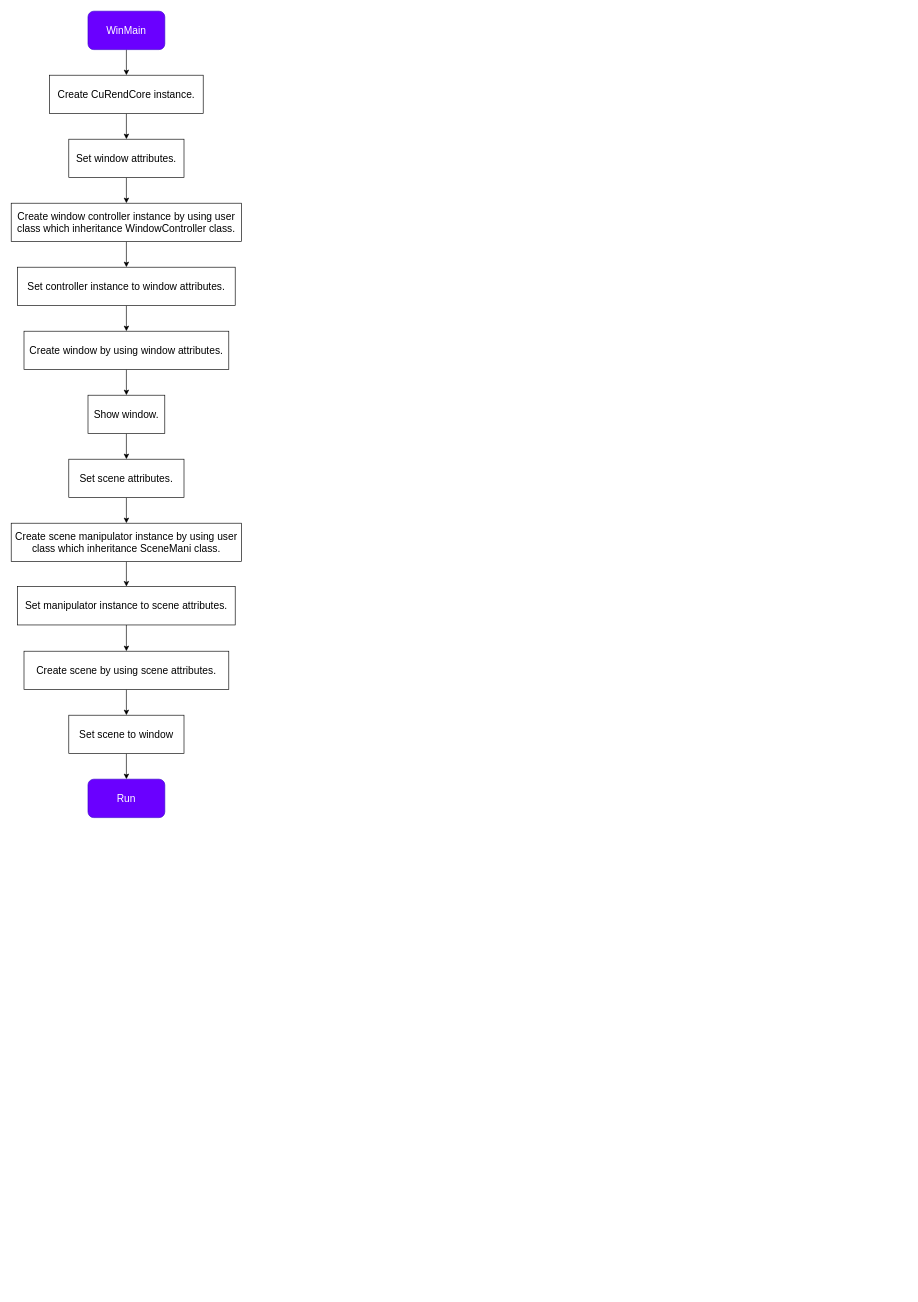
The draw.io diagram docs/design/diagrams/system_flowchart/system_flowchart.drawio in Tanso-mct/CuRendCore, before the edit. Source tidied: cells renumbered, new cells numbered last; positions are measured from the earlier drawing's top-left corner, leaving out a move shared by most shapes. Both pictures are drawn from the tidied source at 64%, with x=0, y=0 at pixel (11, 11).
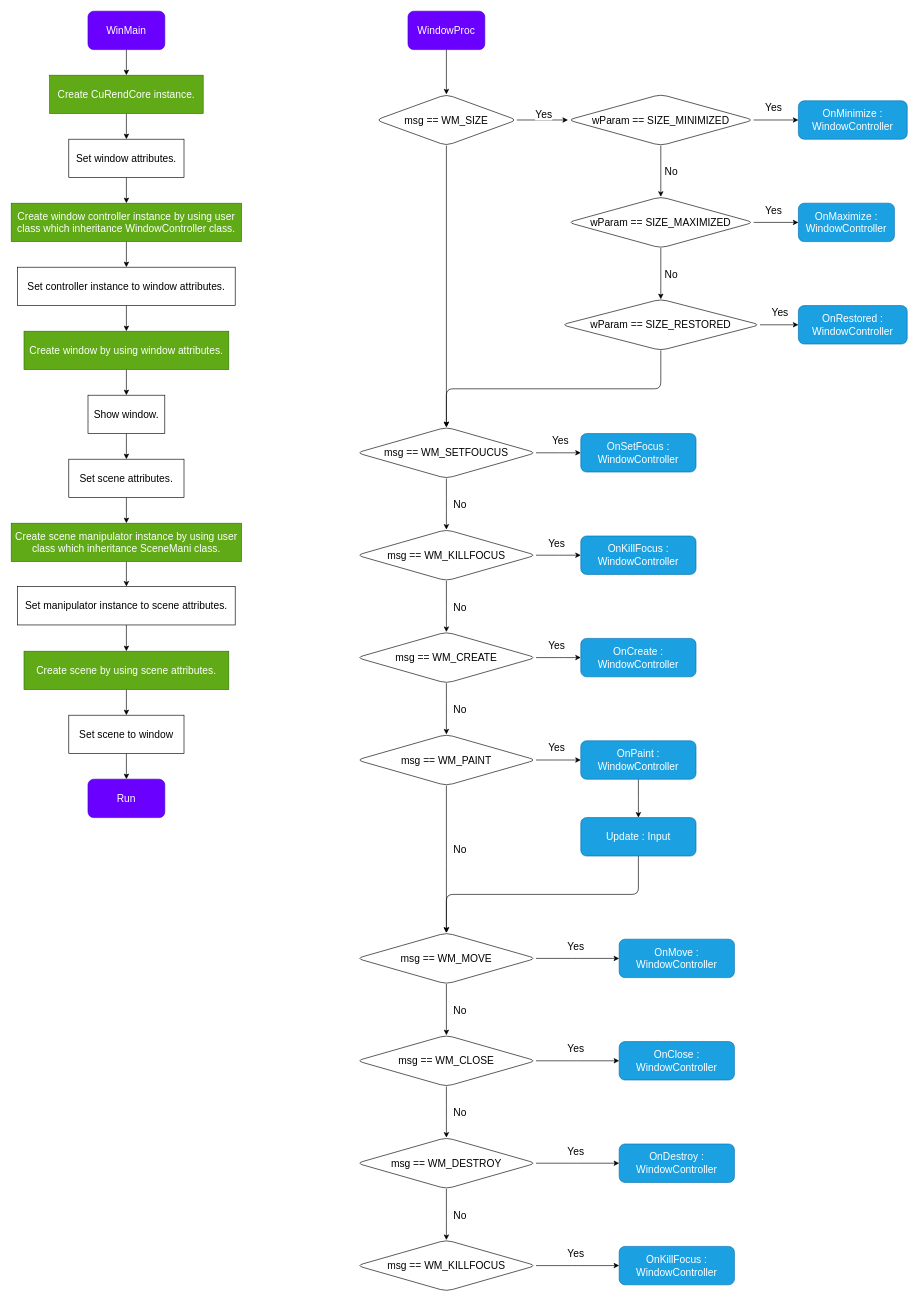
The same page after the edit.

Commit message (it also covers changes not shown here):
[CONTINUE]SystemFlowchart is being added.

What changed in the source:
```diff
@@
-    <mxCell id="5" value="Create CuRendCore instance." style="rounded=0;whiteSpace=wrap;html=1;fontSize=16;" parent="1" vertex="1">
+    <mxCell id="5" value="Create CuRendCore instance." style="rounded=0;whiteSpace=wrap;html=1;fontSize=16;fillColor=#60a917;fontColor=#ffffff;strokeColor=#2D7600;" parent="1" vertex="1">
       <mxGeometry x="60" y="100" width="240" height="60" as="geometry" />
     </mxCell>
@@
-    <mxCell id="9" value="Create window controller instance by using user class which inheritance WindowController class." style="rounded=0;whiteSpace=wrap;html=1;fontSize=16;" parent="1" vertex="1">
+    <mxCell id="9" value="Create window controller instance by using user class which inheritance WindowController class." style="rounded=0;whiteSpace=wrap;html=1;fontSize=16;fillColor=#60a917;fontColor=#ffffff;strokeColor=#2D7600;" parent="1" vertex="1">
       <mxGeometry y="300" width="360" height="60" as="geometry" />
     </mxCell>
@@
-    <mxCell id="13" value="Create window by using window attributes." style="rounded=0;whiteSpace=wrap;html=1;fontSize=16;" parent="1" vertex="1">
+    <mxCell id="13" value="Create window by using window attributes." style="rounded=0;whiteSpace=wrap;html=1;fontSize=16;fillColor=#60a917;fontColor=#ffffff;strokeColor=#2D7600;" parent="1" vertex="1">
       <mxGeometry x="20" y="500" width="320" height="60" as="geometry" />
     </mxCell>
@@
-    <mxCell id="19" value="Create scene manipulator instance by using user class which inheritance SceneMani class." style="rounded=0;whiteSpace=wrap;html=1;fontSize=16;" parent="1" vertex="1">
+    <mxCell id="19" value="Create scene manipulator instance by using user class which inheritance SceneMani class." style="rounded=0;whiteSpace=wrap;html=1;fontSize=16;fillColor=#60a917;fontColor=#ffffff;strokeColor=#2D7600;" parent="1" vertex="1">
       <mxGeometry y="800" width="360" height="60" as="geometry" />
     </mxCell>
@@
-    <mxCell id="23" value="Create scene by using scene attributes." style="rounded=0;whiteSpace=wrap;html=1;fontSize=16;" parent="1" vertex="1">
+    <mxCell id="23" value="Create scene by using scene attributes." style="rounded=0;whiteSpace=wrap;html=1;fontSize=16;fillColor=#60a917;fontColor=#ffffff;strokeColor=#2D7600;" parent="1" vertex="1">
       <mxGeometry x="20" y="1000" width="320" height="60" as="geometry" />
     </mxCell>
@@
+    <mxCell id="27" style="edgeStyle=none;html=1;" parent="1" edge="1" source="28" target="32">
+      <mxGeometry relative="1" as="geometry" />
+    </mxCell>
+    <mxCell id="28" value="WindowProc" style="rounded=1;whiteSpace=wrap;html=1;fontSize=16;fillColor=#6a00ff;fontColor=#ffffff;strokeColor=#3700CC;" parent="1" vertex="1">
+      <mxGeometry x="620" width="120" height="60" as="geometry" />
+    </mxCell>
+    <mxCell id="29" style="edgeStyle=none;html=1;fontSize=16;" parent="1" edge="1" source="32" target="37">
+      <mxGeometry relative="1" as="geometry" />
+    </mxCell>
+    <mxCell id="30" value="Yes" style="edgeLabel;html=1;align=center;verticalAlign=middle;fontSize=16;" parent="29" vertex="1">
+      <mxGeometry x="-0.19" relative="1" as="geometry">
+        <mxPoint x="9" y="-10" as="offset" />
+      </mxGeometry>
+    </mxCell>
+    <mxCell id="31" style="edgeStyle=none;html=1;fontSize=16;" parent="1" edge="1" source="32" target="54">
+      <mxGeometry relative="1" as="geometry" />
+    </mxCell>
+    <mxCell id="32" value="msg == WM_SIZE" style="rhombus;whiteSpace=wrap;html=1;fontSize=16;rounded=1;" parent="1" vertex="1">
+      <mxGeometry x="570" y="130" width="220" height="80" as="geometry" />
+    </mxCell>
+    <mxCell id="33" style="edgeStyle=none;html=1;fontSize=16;" parent="1" edge="1" source="37" target="38">
+      <mxGeometry relative="1" as="geometry" />
+    </mxCell>
+    <mxCell id="34" value="Yes" style="edgeLabel;html=1;align=center;verticalAlign=middle;fontSize=16;" parent="33" vertex="1">
+      <mxGeometry x="0.52" y="2" relative="1" as="geometry">
+        <mxPoint x="-23" y="-18" as="offset" />
+      </mxGeometry>
+    </mxCell>
+    <mxCell id="35" style="edgeStyle=none;html=1;fontSize=16;" parent="1" edge="1" source="37" target="43">
+      <mxGeometry relative="1" as="geometry" />
+    </mxCell>
+    <mxCell id="36" value="No" style="edgeLabel;html=1;align=center;verticalAlign=middle;fontSize=16;" parent="35" vertex="1">
+      <mxGeometry x="-0.45" y="3" relative="1" as="geometry">
+        <mxPoint x="12" y="18" as="offset" />
+      </mxGeometry>
+    </mxCell>
+    <mxCell id="37" value="wParam == SIZE_MINIMIZED" style="rhombus;whiteSpace=wrap;html=1;fontSize=16;rounded=1;" parent="1" vertex="1">
+      <mxGeometry x="870" y="130" width="290" height="80" as="geometry" />
+    </mxCell>
+    <mxCell id="38" value="OnMinimize : WindowController" style="whiteSpace=wrap;html=1;fontSize=16;rounded=1;fillColor=#1ba1e2;fontColor=#ffffff;strokeColor=#006EAF;" parent="1" vertex="1">
+      <mxGeometry x="1230" y="140" width="170" height="60" as="geometry" />
+    </mxCell>
+    <mxCell id="39" style="edgeStyle=none;html=1;fontSize=16;" parent="1" edge="1" source="43" target="44">
+      <mxGeometry relative="1" as="geometry" />
+    </mxCell>
+    <mxCell id="40" value="Yes" style="edgeLabel;html=1;align=center;verticalAlign=middle;fontSize=16;" parent="39" vertex="1">
+      <mxGeometry x="0.29" y="-2" relative="1" as="geometry">
+        <mxPoint x="-15" y="-22" as="offset" />
+      </mxGeometry>
+    </mxCell>
+    <mxCell id="41" style="edgeStyle=none;html=1;fontSize=16;" parent="1" edge="1" source="43" target="48">
+      <mxGeometry relative="1" as="geometry" />
+    </mxCell>
+    <mxCell id="42" value="No" style="edgeLabel;html=1;align=center;verticalAlign=middle;fontSize=16;" parent="41" vertex="1">
+      <mxGeometry x="-0.5" relative="1" as="geometry">
+        <mxPoint x="15" y="20" as="offset" />
+      </mxGeometry>
+    </mxCell>
+    <mxCell id="43" value="wParam == SIZE_MAXIMIZED" style="rhombus;whiteSpace=wrap;html=1;fontSize=16;rounded=1;" parent="1" vertex="1">
+      <mxGeometry x="870" y="290" width="290" height="80" as="geometry" />
+    </mxCell>
+    <mxCell id="44" value="OnMaximize : WindowController" style="whiteSpace=wrap;html=1;fontSize=16;rounded=1;fillColor=#1ba1e2;fontColor=#ffffff;strokeColor=#006EAF;" parent="1" vertex="1">
+      <mxGeometry x="1230" y="300" width="150" height="60" as="geometry" />
+    </mxCell>
+    <mxCell id="45" style="edgeStyle=none;html=1;fontSize=16;" parent="1" edge="1" source="48" target="49">
+      <mxGeometry relative="1" as="geometry" />
+    </mxCell>
+    <mxCell id="46" value="Yes" style="edgeLabel;html=1;align=center;verticalAlign=middle;fontSize=16;" parent="45" vertex="1">
+      <mxGeometry x="0.44" y="1" relative="1" as="geometry">
+        <mxPoint x="-13" y="-19" as="offset" />
+      </mxGeometry>
+    </mxCell>
+    <mxCell id="47" style="edgeStyle=elbowEdgeStyle;html=1;fontSize=16;elbow=vertical;" parent="1" edge="1" source="48" target="54">
+      <mxGeometry relative="1" as="geometry" />
+    </mxCell>
+    <mxCell id="48" value="wParam == SIZE_RESTORED" style="rhombus;whiteSpace=wrap;html=1;fontSize=16;rounded=1;" parent="1" vertex="1">
+      <mxGeometry x="860" y="450" width="310" height="80" as="geometry" />
+    </mxCell>
+    <mxCell id="49" value="OnRestored : WindowController" style="whiteSpace=wrap;html=1;fontSize=16;rounded=1;fillColor=#1ba1e2;fontColor=#ffffff;strokeColor=#006EAF;" parent="1" vertex="1">
+      <mxGeometry x="1230" y="460" width="170" height="60" as="geometry" />
+    </mxCell>
+    <mxCell id="50" style="edgeStyle=elbowEdgeStyle;elbow=vertical;html=1;fontSize=16;" parent="1" edge="1" source="54" target="55">
+      <mxGeometry relative="1" as="geometry" />
+    </mxCell>
+    <mxCell id="51" value="Yes" style="edgeLabel;html=1;align=center;verticalAlign=middle;fontSize=16;" parent="50" vertex="1">
+      <mxGeometry x="0.28" y="1" relative="1" as="geometry">
+        <mxPoint x="-8" y="-19" as="offset" />
+      </mxGeometry>
+    </mxCell>
+    <mxCell id="52" style="edgeStyle=elbowEdgeStyle;elbow=vertical;html=1;fontSize=16;" parent="1" edge="1" source="54" target="58">
+      <mxGeometry relative="1" as="geometry" />
+    </mxCell>
+    <mxCell id="53" value="No" style="edgeLabel;html=1;align=center;verticalAlign=middle;fontSize=16;" parent="52" vertex="1">
+      <mxGeometry x="-0.22" y="3" relative="1" as="geometry">
+        <mxPoint x="17" y="9" as="offset" />
+      </mxGeometry>
+    </mxCell>
+    <mxCell id="54" value="msg == WM_SETFOUCUS" style="rhombus;whiteSpace=wrap;html=1;fontSize=16;rounded=1;" parent="1" vertex="1">
+      <mxGeometry x="540" y="650" width="280" height="80" as="geometry" />
+    </mxCell>
+    <mxCell id="55" value="OnSetFocus : WindowController" style="whiteSpace=wrap;html=1;fontSize=16;rounded=1;fillColor=#1ba1e2;fontColor=#ffffff;strokeColor=#006EAF;" parent="1" vertex="1">
+      <mxGeometry x="890" y="660" width="180" height="60" as="geometry" />
+    </mxCell>
+    <mxCell id="56" style="edgeStyle=elbowEdgeStyle;elbow=vertical;html=1;fontSize=16;" parent="1" edge="1" source="58" target="59">
+      <mxGeometry relative="1" as="geometry" />
+    </mxCell>
+    <mxCell id="57" value="Yes" style="edgeLabel;html=1;align=center;verticalAlign=middle;fontSize=16;" parent="56" vertex="1">
+      <mxGeometry x="0.49" y="3" relative="1" as="geometry">
+        <mxPoint x="-21" y="-17" as="offset" />
+      </mxGeometry>
+    </mxCell>
+    <mxCell id="58" value="msg == WM_KILLFOCUS" style="rhombus;whiteSpace=wrap;html=1;fontSize=16;rounded=1;" parent="1" vertex="1">
+      <mxGeometry x="540" y="810" width="280" height="80" as="geometry" />
+    </mxCell>
+    <mxCell id="59" value="OnKillFocus : WindowController" style="whiteSpace=wrap;html=1;fontSize=16;rounded=1;fillColor=#1ba1e2;fontColor=#ffffff;strokeColor=#006EAF;" parent="1" vertex="1">
+      <mxGeometry x="890" y="820" width="180" height="60" as="geometry" />
+    </mxCell>
+    <mxCell id="60" style="edgeStyle=elbowEdgeStyle;elbow=vertical;html=1;fontSize=16;" parent="1" edge="1" target="64">
+      <mxGeometry relative="1" as="geometry">
+        <mxPoint x="680" y="890" as="sourcePoint" />
+      </mxGeometry>
+    </mxCell>
+    <mxCell id="61" value="No" style="edgeLabel;html=1;align=center;verticalAlign=middle;fontSize=16;" parent="60" vertex="1">
+      <mxGeometry x="-0.22" y="3" relative="1" as="geometry">
+        <mxPoint x="17" y="9" as="offset" />
+      </mxGeometry>
+    </mxCell>
+    <mxCell id="62" style="edgeStyle=elbowEdgeStyle;elbow=vertical;html=1;fontSize=16;" parent="1" edge="1" source="64" target="65">
+      <mxGeometry relative="1" as="geometry" />
+    </mxCell>
+    <mxCell id="63" value="Yes" style="edgeLabel;html=1;align=center;verticalAlign=middle;fontSize=16;" parent="62" vertex="1">
+      <mxGeometry x="0.49" y="3" relative="1" as="geometry">
+        <mxPoint x="-21" y="-17" as="offset" />
+      </mxGeometry>
+    </mxCell>
+    <mxCell id="64" value="msg == WM_CREATE" style="rhombus;whiteSpace=wrap;html=1;fontSize=16;rounded=1;" parent="1" vertex="1">
+      <mxGeometry x="540" y="970" width="280" height="80" as="geometry" />
+    </mxCell>
+    <mxCell id="65" value="OnCreate : WindowController" style="whiteSpace=wrap;html=1;fontSize=16;rounded=1;fillColor=#1ba1e2;fontColor=#ffffff;strokeColor=#006EAF;" parent="1" vertex="1">
+      <mxGeometry x="890" y="980" width="180" height="60" as="geometry" />
+    </mxCell>
+    <mxCell id="66" style="edgeStyle=elbowEdgeStyle;elbow=vertical;html=1;fontSize=16;" parent="1" edge="1" target="70">
+      <mxGeometry relative="1" as="geometry">
+        <mxPoint x="680" y="1050" as="sourcePoint" />
+      </mxGeometry>
+    </mxCell>
+    <mxCell id="67" value="No" style="edgeLabel;html=1;align=center;verticalAlign=middle;fontSize=16;" parent="66" vertex="1">
+      <mxGeometry x="-0.22" y="3" relative="1" as="geometry">
+        <mxPoint x="17" y="9" as="offset" />
+      </mxGeometry>
+    </mxCell>
+    <mxCell id="68" style="edgeStyle=elbowEdgeStyle;elbow=vertical;html=1;fontSize=16;" parent="1" edge="1" source="70" target="72">
+      <mxGeometry relative="1" as="geometry" />
+    </mxCell>
+    <mxCell id="69" value="Yes" style="edgeLabel;html=1;align=center;verticalAlign=middle;fontSize=16;" parent="68" vertex="1">
+      <mxGeometry x="0.49" y="3" relative="1" as="geometry">
+        <mxPoint x="-21" y="-17" as="offset" />
+      </mxGeometry>
+    </mxCell>
+    <mxCell id="70" value="msg == WM_PAINT" style="rhombus;whiteSpace=wrap;html=1;fontSize=16;rounded=1;" parent="1" vertex="1">
+      <mxGeometry x="540" y="1130" width="280" height="80" as="geometry" />
+    </mxCell>
+    <mxCell id="71" style="edgeStyle=elbowEdgeStyle;elbow=vertical;html=1;fontSize=16;" parent="1" edge="1" source="72" target="98">
+      <mxGeometry relative="1" as="geometry" />
+    </mxCell>
+    <mxCell id="72" value="OnPaint : WindowController" style="whiteSpace=wrap;html=1;fontSize=16;rounded=1;fillColor=#1ba1e2;fontColor=#ffffff;strokeColor=#006EAF;" parent="1" vertex="1">
+      <mxGeometry x="890" y="1140" width="180" height="60" as="geometry" />
+    </mxCell>
+    <mxCell id="73" style="edgeStyle=elbowEdgeStyle;elbow=vertical;html=1;fontSize=16;" parent="1" edge="1" target="77">
+      <mxGeometry relative="1" as="geometry">
+        <mxPoint x="680" y="1210" as="sourcePoint" />
+      </mxGeometry>
+    </mxCell>
+    <mxCell id="74" value="No" style="edgeLabel;html=1;align=center;verticalAlign=middle;fontSize=16;" parent="73" vertex="1">
+      <mxGeometry x="-0.22" y="3" relative="1" as="geometry">
+        <mxPoint x="17" y="9" as="offset" />
+      </mxGeometry>
+    </mxCell>
+    <mxCell id="75" style="edgeStyle=elbowEdgeStyle;elbow=vertical;html=1;fontSize=16;" parent="1" edge="1" source="77" target="78">
+      <mxGeometry relative="1" as="geometry" />
+    </mxCell>
+    <mxCell id="76" value="Yes" style="edgeLabel;html=1;align=center;verticalAlign=middle;fontSize=16;" parent="75" vertex="1">
+      <mxGeometry x="0.49" y="3" relative="1" as="geometry">
+        <mxPoint x="-36" y="-17" as="offset" />
+      </mxGeometry>
+    </mxCell>
+    <mxCell id="77" value="msg == WM_MOVE" style="rhombus;whiteSpace=wrap;html=1;fontSize=16;rounded=1;" parent="1" vertex="1">
+      <mxGeometry x="540" y="1440" width="280" height="80" as="geometry" />
+    </mxCell>
+    <mxCell id="78" value="OnMove : WindowController" style="whiteSpace=wrap;html=1;fontSize=16;rounded=1;fillColor=#1ba1e2;fontColor=#ffffff;strokeColor=#006EAF;" parent="1" vertex="1">
+      <mxGeometry x="950" y="1450" width="180" height="60" as="geometry" />
+    </mxCell>
+    <mxCell id="79" style="edgeStyle=elbowEdgeStyle;elbow=vertical;html=1;fontSize=16;" parent="1" edge="1" target="83">
+      <mxGeometry relative="1" as="geometry">
+        <mxPoint x="680" y="1520" as="sourcePoint" />
+      </mxGeometry>
+    </mxCell>
+    <mxCell id="80" value="No" style="edgeLabel;html=1;align=center;verticalAlign=middle;fontSize=16;" parent="79" vertex="1">
+      <mxGeometry x="-0.22" y="3" relative="1" as="geometry">
+        <mxPoint x="17" y="9" as="offset" />
+      </mxGeometry>
+    </mxCell>
+    <mxCell id="81" style="edgeStyle=elbowEdgeStyle;elbow=vertical;html=1;fontSize=16;" parent="1" edge="1" source="83" target="84">
+      <mxGeometry relative="1" as="geometry" />
+    </mxCell>
+    <mxCell id="82" value="Yes" style="edgeLabel;html=1;align=center;verticalAlign=middle;fontSize=16;" parent="81" vertex="1">
+      <mxGeometry x="0.49" y="3" relative="1" as="geometry">
+        <mxPoint x="-36" y="-17" as="offset" />
+      </mxGeometry>
+    </mxCell>
+    <mxCell id="83" value="msg == WM_CLOSE" style="rhombus;whiteSpace=wrap;html=1;fontSize=16;rounded=1;" parent="1" vertex="1">
+      <mxGeometry x="540" y="1600" width="280" height="80" as="geometry" />
+    </mxCell>
+    <mxCell id="84" value="OnClose : WindowController" style="whiteSpace=wrap;html=1;fontSize=16;rounded=1;fillColor=#1ba1e2;fontColor=#ffffff;strokeColor=#006EAF;" parent="1" vertex="1">
+      <mxGeometry x="950" y="1610" width="180" height="60" as="geometry" />
+    </mxCell>
+    <mxCell id="85" style="edgeStyle=elbowEdgeStyle;elbow=vertical;html=1;fontSize=16;" parent="1" edge="1" target="89">
+      <mxGeometry relative="1" as="geometry">
+        <mxPoint x="680" y="1680" as="sourcePoint" />
+      </mxGeometry>
+    </mxCell>
+    <mxCell id="86" value="No" style="edgeLabel;html=1;align=center;verticalAlign=middle;fontSize=16;" parent="85" vertex="1">
+      <mxGeometry x="-0.22" y="3" relative="1" as="geometry">
+        <mxPoint x="17" y="9" as="offset" />
+      </mxGeometry>
+    </mxCell>
+    <mxCell id="87" style="edgeStyle=elbowEdgeStyle;elbow=vertical;html=1;fontSize=16;" parent="1" edge="1" source="89" target="90">
+      <mxGeometry relative="1" as="geometry" />
+    </mxCell>
+    <mxCell id="88" value="Yes" style="edgeLabel;html=1;align=center;verticalAlign=middle;fontSize=16;" parent="87" vertex="1">
+      <mxGeometry x="0.49" y="3" relative="1" as="geometry">
+        <mxPoint x="-36" y="-17" as="offset" />
+      </mxGeometry>
+    </mxCell>
+    <mxCell id="89" value="msg == WM_DESTROY" style="rhombus;whiteSpace=wrap;html=1;fontSize=16;rounded=1;" parent="1" vertex="1">
+      <mxGeometry x="540" y="1760" width="280" height="80" as="geometry" />
+    </mxCell>
+    <mxCell id="90" value="OnDestroy : WindowController" style="whiteSpace=wrap;html=1;fontSize=16;rounded=1;fillColor=#1ba1e2;fontColor=#ffffff;strokeColor=#006EAF;" parent="1" vertex="1">
+      <mxGeometry x="950" y="1770" width="180" height="60" as="geometry" />
+    </mxCell>
+    <mxCell id="91" style="edgeStyle=elbowEdgeStyle;elbow=vertical;html=1;fontSize=16;" parent="1" edge="1" target="95">
+      <mxGeometry relative="1" as="geometry">
+        <mxPoint x="680" y="1840" as="sourcePoint" />
+      </mxGeometry>
+    </mxCell>
+    <mxCell id="92" value="No" style="edgeLabel;html=1;align=center;verticalAlign=middle;fontSize=16;" parent="91" vertex="1">
+      <mxGeometry x="-0.22" y="3" relative="1" as="geometry">
+        <mxPoint x="17" y="9" as="offset" />
+      </mxGeometry>
+    </mxCell>
+    <mxCell id="93" style="edgeStyle=elbowEdgeStyle;elbow=vertical;html=1;fontSize=16;" parent="1" edge="1" source="95" target="96">
+      <mxGeometry relative="1" as="geometry" />
+    </mxCell>
+    <mxCell id="94" value="Yes" style="edgeLabel;html=1;align=center;verticalAlign=middle;fontSize=16;" parent="93" vertex="1">
+      <mxGeometry x="0.49" y="3" relative="1" as="geometry">
+        <mxPoint x="-36" y="-17" as="offset" />
+      </mxGeometry>
+    </mxCell>
+    <mxCell id="95" value="msg == WM_KILLFOCUS" style="rhombus;whiteSpace=wrap;html=1;fontSize=16;rounded=1;" parent="1" vertex="1">
+      <mxGeometry x="540" y="1920" width="280" height="80" as="geometry" />
+    </mxCell>
+    <mxCell id="96" value="OnKillFocus : WindowController" style="whiteSpace=wrap;html=1;fontSize=16;rounded=1;fillColor=#1ba1e2;fontColor=#ffffff;strokeColor=#006EAF;" parent="1" vertex="1">
+      <mxGeometry x="950" y="1930" width="180" height="60" as="geometry" />
+    </mxCell>
+    <mxCell id="97" style="edgeStyle=elbowEdgeStyle;elbow=vertical;html=1;fontSize=16;" parent="1" edge="1" source="98" target="77">
+      <mxGeometry relative="1" as="geometry" />
+    </mxCell>
+    <mxCell id="98" value="Update : Input" style="whiteSpace=wrap;html=1;fontSize=16;rounded=1;fillColor=#1ba1e2;fontColor=#ffffff;strokeColor=#006EAF;" parent="1" vertex="1">
+      <mxGeometry x="890" y="1260" width="180" height="60" as="geometry" />
+    </mxCell>
```
